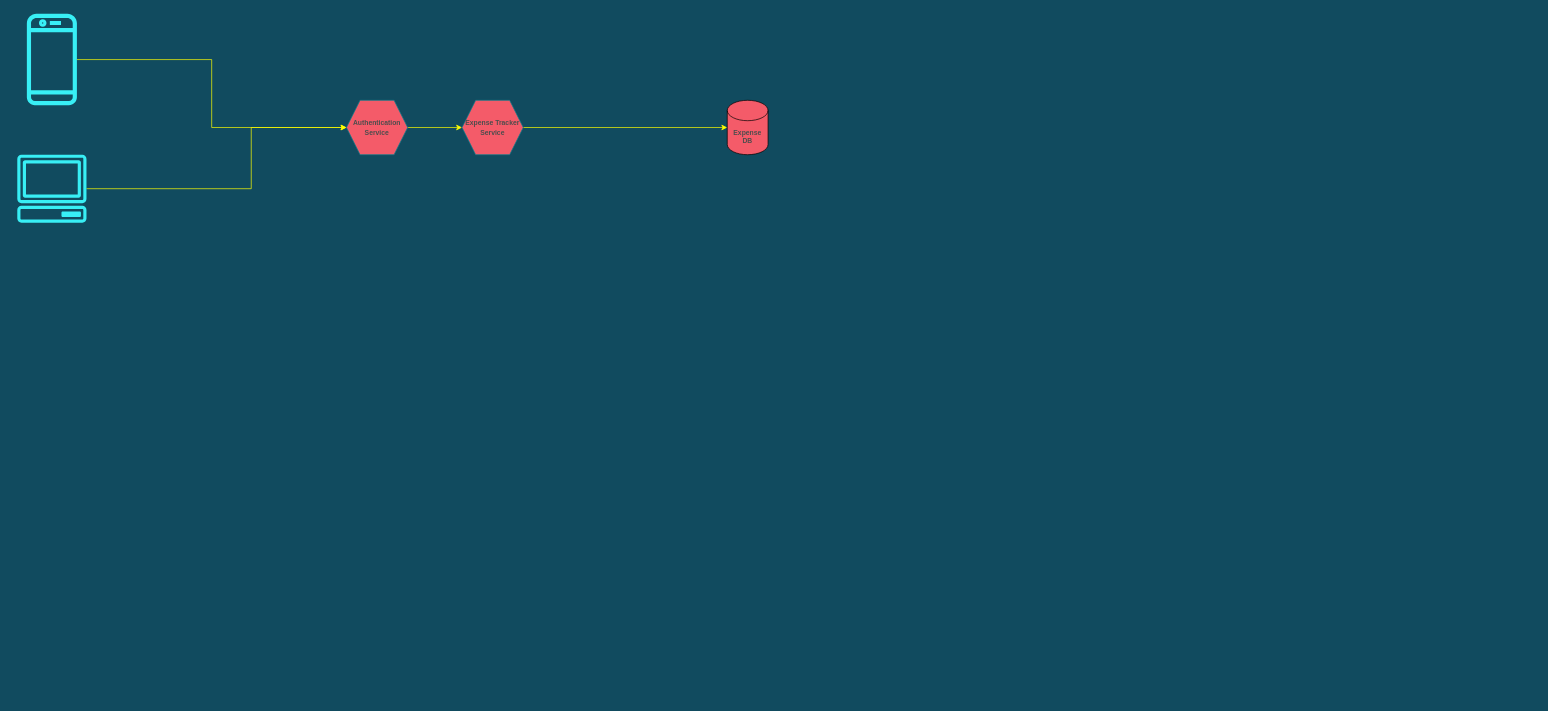
kanaan-dvlps/Expense_Tracker keeps this draw.io diagram as Architecture.drawio. Above is the earlier version. Source tidied: cells renumbered, new cells numbered last; positions are measured from the earlier drawing's top-left corner, leaving out a move shared by most shapes. Both pictures are drawn from the tidied source at 68%, with x=0, y=0 at pixel (16, 12).
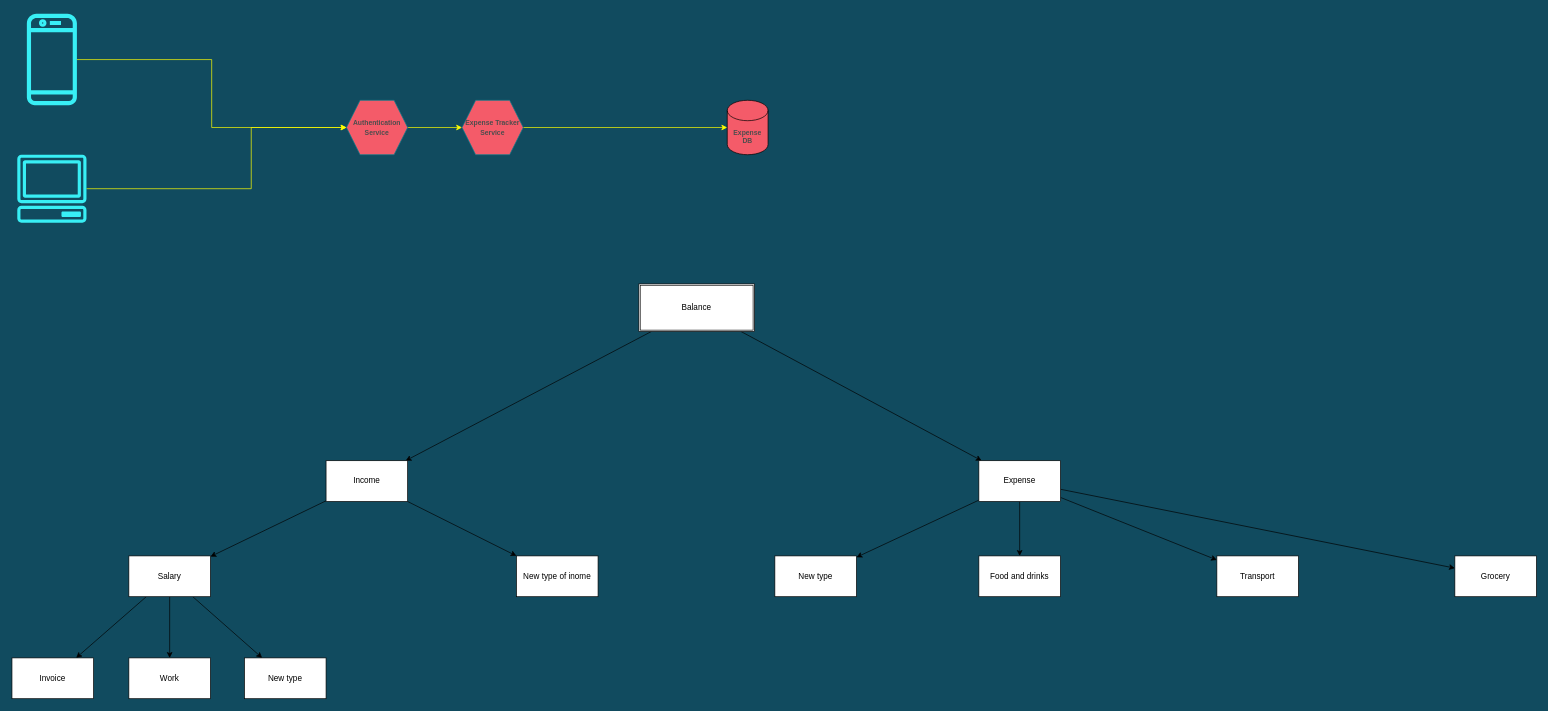
The same page after the edit.

Commit message (it also covers changes not shown here):
chore: added database tree

Change to the diagram source:
```diff
@@
+    <mxCell id="11" style="edgeStyle=none;html=1;" parent="1" edge="1" source="13" target="16">
+      <mxGeometry relative="1" as="geometry" />
+    </mxCell>
+    <mxCell id="12" style="edgeStyle=none;html=1;" parent="1" edge="1" source="13" target="21">
+      <mxGeometry relative="1" as="geometry" />
+    </mxCell>
+    <mxCell id="13" value="Balance" style="shape=ext;double=1;rounded=0;whiteSpace=wrap;html=1;" parent="1" vertex="1">
+      <mxGeometry x="915" y="400" width="170" height="70" as="geometry" />
+    </mxCell>
+    <mxCell id="14" style="edgeStyle=none;html=1;" parent="1" edge="1" source="16" target="25">
+      <mxGeometry relative="1" as="geometry" />
+    </mxCell>
+    <mxCell id="15" style="edgeStyle=none;html=1;" parent="1" edge="1" source="16" target="26">
+      <mxGeometry relative="1" as="geometry" />
+    </mxCell>
+    <mxCell id="16" value="Income" style="whiteSpace=wrap;html=1;rounded=0;" parent="1" vertex="1">
+      <mxGeometry x="455" y="660" width="120" height="60" as="geometry" />
+    </mxCell>
+    <mxCell id="17" style="edgeStyle=none;html=1;" parent="1" edge="1" source="21" target="30">
+      <mxGeometry relative="1" as="geometry" />
+    </mxCell>
+    <mxCell id="18" style="edgeStyle=none;html=1;" parent="1" edge="1" source="21" target="31">
+      <mxGeometry relative="1" as="geometry" />
+    </mxCell>
+    <mxCell id="19" style="edgeStyle=none;html=1;" parent="1" edge="1" source="21" target="32">
+      <mxGeometry relative="1" as="geometry" />
+    </mxCell>
+    <mxCell id="20" style="edgeStyle=none;html=1;" parent="1" edge="1" source="21" target="33">
+      <mxGeometry relative="1" as="geometry" />
+    </mxCell>
+    <mxCell id="21" value="Expense" style="whiteSpace=wrap;html=1;rounded=0;" parent="1" vertex="1">
+      <mxGeometry x="1415" y="660" width="120" height="60" as="geometry" />
+    </mxCell>
+    <mxCell id="22" style="edgeStyle=none;html=1;" parent="1" edge="1" source="25" target="27">
+      <mxGeometry relative="1" as="geometry" />
+    </mxCell>
+    <mxCell id="23" style="edgeStyle=none;html=1;" parent="1" edge="1" source="25" target="28">
+      <mxGeometry relative="1" as="geometry" />
+    </mxCell>
+    <mxCell id="24" style="edgeStyle=none;html=1;" parent="1" edge="1" source="25" target="29">
+      <mxGeometry relative="1" as="geometry" />
+    </mxCell>
+    <mxCell id="25" value="Salary" style="whiteSpace=wrap;html=1;rounded=0;" parent="1" vertex="1">
+      <mxGeometry x="165" y="800" width="120" height="60" as="geometry" />
+    </mxCell>
+    <mxCell id="26" value="New type of inome" style="whiteSpace=wrap;html=1;rounded=0;" parent="1" vertex="1">
+      <mxGeometry x="735" y="800" width="120" height="60" as="geometry" />
+    </mxCell>
+    <mxCell id="27" value="Invoice" style="whiteSpace=wrap;html=1;rounded=0;" parent="1" vertex="1">
+      <mxGeometry x="-6.9" y="950" width="120" height="60" as="geometry" />
+    </mxCell>
+    <mxCell id="28" value="Work" style="whiteSpace=wrap;html=1;rounded=0;" parent="1" vertex="1">
+      <mxGeometry x="165" y="950" width="120" height="60" as="geometry" />
+    </mxCell>
+    <mxCell id="29" value="New type" style="whiteSpace=wrap;html=1;rounded=0;" parent="1" vertex="1">
+      <mxGeometry x="335" y="950" width="120" height="60" as="geometry" />
+    </mxCell>
+    <mxCell id="30" value="Food and drinks" style="whiteSpace=wrap;html=1;rounded=0;" parent="1" vertex="1">
+      <mxGeometry x="1415" y="800" width="120" height="60" as="geometry" />
+    </mxCell>
+    <mxCell id="31" value="Transport" style="whiteSpace=wrap;html=1;rounded=0;" parent="1" vertex="1">
+      <mxGeometry x="1765" y="800" width="120" height="60" as="geometry" />
+    </mxCell>
+    <mxCell id="32" value="New type" style="whiteSpace=wrap;html=1;rounded=0;" parent="1" vertex="1">
+      <mxGeometry x="1115" y="800" width="120" height="60" as="geometry" />
+    </mxCell>
+    <mxCell id="33" value="Grocery" style="whiteSpace=wrap;html=1;rounded=0;" parent="1" vertex="1">
+      <mxGeometry x="2115" y="800" width="120" height="60" as="geometry" />
+    </mxCell>
```
